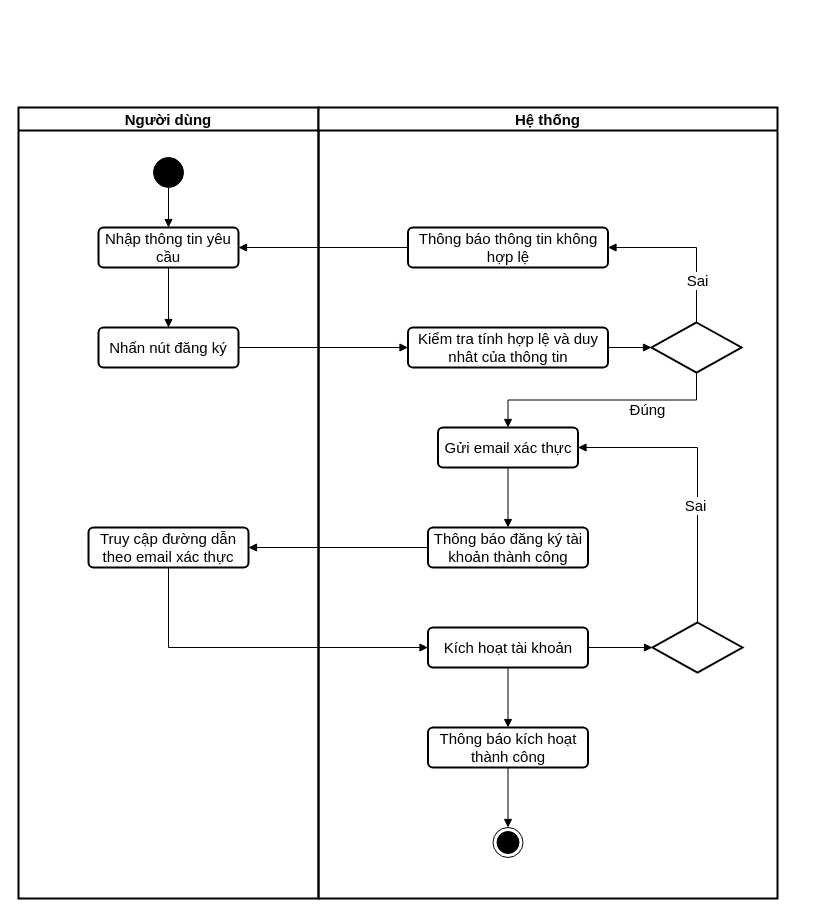
Earlier version of the draw.io diagram page "activity đăng ký tài khoản" (7 of 11) of usecase.drawio (dctuyen/myFinalYearProject). Source tidied: cells renumbered, new cells numbered last; positions are measured from the earlier drawing's top-left corner, leaving out a move shared by most shapes. Both pictures are drawn from the tidied source at 100%, with x=0, y=0 at pixel (18, 107).
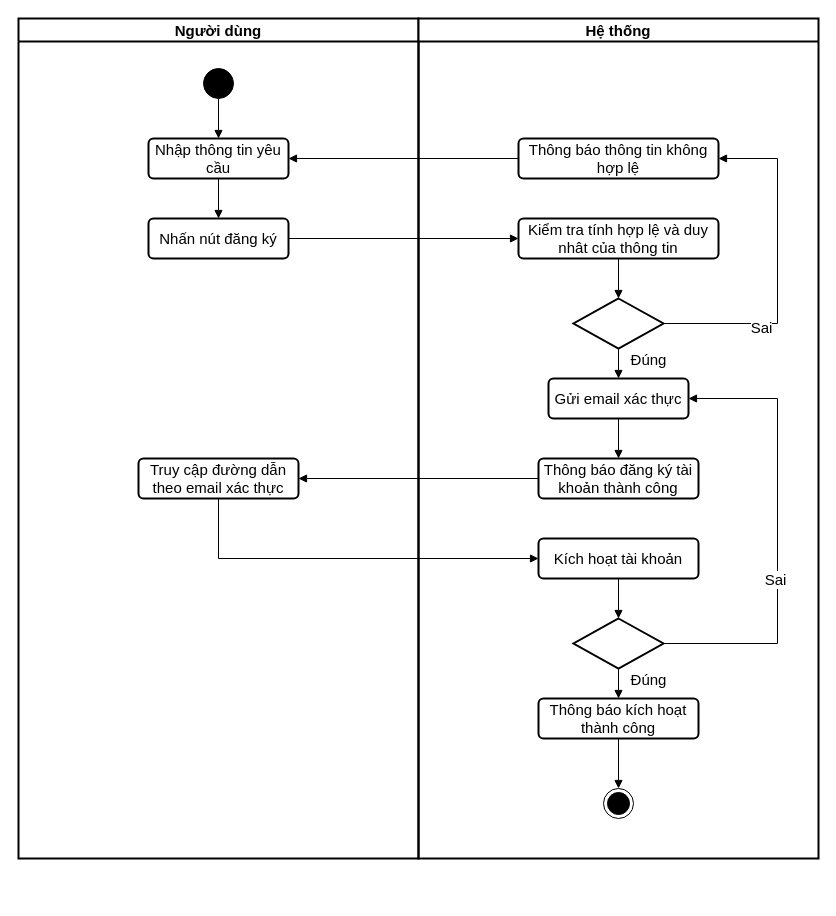
The same page after the edit.

Unchanged cells that the change refers to:
```xml
<mxCell id="15" style="html=1;verticalAlign=bottom;labelBackgroundColor=none;endArrow=block;endFill=1;rounded=0;exitX=0.5;exitY=1;exitDx=0;exitDy=0;entryX=0.5;entryY=0;entryDx=0;entryDy=0;fontSize=15;edgeStyle=orthogonalEdgeStyle;" parent="9" edge="1" source="11" target="14">
  <mxGeometry x="-0.35" relative="1" as="geometry" />
</mxCell>
```

Diff of the diagram source:
```diff
@@
     <mxCell id="2" value="Người dùng" style="swimlane;whiteSpace=wrap;html=1;strokeWidth=2;fontSize=15;" parent="1" vertex="1">
-      <mxGeometry width="300" height="791" as="geometry" />
+      <mxGeometry y="-89" width="400" height="840" as="geometry" />
     </mxCell>
     <mxCell id="3" style="ellipse;fillColor=strokeColor;html=1;fontSize=15;" parent="2" vertex="1">
-      <mxGeometry x="135" y="50" width="30" height="30" as="geometry" />
+      <mxGeometry x="185" y="50" width="30" height="30" as="geometry" />
     </mxCell>
     <mxCell id="4" value="Nhập thông tin yêu cầu" style="html=1;align=center;verticalAlign=middle;rounded=1;absoluteArcSize=1;arcSize=10;dashed=0;whiteSpace=wrap;strokeWidth=2;labelBackgroundColor=none;fontSize=15;" parent="2" vertex="1">
-      <mxGeometry x="80" y="120" width="140" height="40" as="geometry" />
+      <mxGeometry x="130" y="120" width="140" height="40" as="geometry" />
     </mxCell>
@@
     <mxCell id="6" value="Nhấn nút đăng ký" style="html=1;align=center;verticalAlign=middle;rounded=1;absoluteArcSize=1;arcSize=10;dashed=0;whiteSpace=wrap;strokeWidth=2;labelBackgroundColor=none;fontSize=15;" parent="2" vertex="1">
-      <mxGeometry x="80" y="220" width="140" height="40" as="geometry" />
+      <mxGeometry x="130" y="200" width="140" height="40" as="geometry" />
     </mxCell>
@@
     <mxCell id="8" value="Truy cập đường dẫn theo email xác thực" style="html=1;align=center;verticalAlign=middle;rounded=1;absoluteArcSize=1;arcSize=10;dashed=0;whiteSpace=wrap;strokeWidth=2;labelBackgroundColor=none;fontSize=15;" parent="2" vertex="1">
-      <mxGeometry x="70" y="420" width="160" height="40" as="geometry" />
+      <mxGeometry x="120" y="440" width="160" height="40" as="geometry" />
     </mxCell>
     <mxCell id="9" value="Hệ thống" style="swimlane;whiteSpace=wrap;html=1;strokeWidth=2;fontSize=15;" parent="1" vertex="1">
-      <mxGeometry x="300" width="459" height="791" as="geometry" />
+      <mxGeometry x="400" y="-89" width="400" height="840" as="geometry" />
     </mxCell>
     <mxCell id="10" value="Kiểm tra tính hợp lệ và duy nhât của thông tin" style="html=1;align=center;verticalAlign=middle;rounded=1;absoluteArcSize=1;arcSize=10;dashed=0;whiteSpace=wrap;strokeWidth=2;labelBackgroundColor=none;fontSize=15;" parent="9" vertex="1">
-      <mxGeometry x="89.5" y="220" width="200" height="40" as="geometry" />
+      <mxGeometry x="100" y="200" width="200" height="40" as="geometry" />
     </mxCell>
     <mxCell id="11" style="rhombus;strokeWidth=2;fontSize=15;" parent="9" vertex="1">
-      <mxGeometry x="333" y="215" width="90" height="50" as="geometry" />
+      <mxGeometry x="155" y="280" width="90" height="50" as="geometry" />
     </mxCell>
     <mxCell id="12" style="ellipse;html=1;shape=endState;fillColor=strokeColor;fontSize=15;" parent="9" vertex="1">
-      <mxGeometry x="174.5" y="720" width="30" height="30" as="geometry" />
+      <mxGeometry x="185" y="770" width="30" height="30" as="geometry" />
     </mxCell>
-    <mxCell id="13" style="html=1;verticalAlign=bottom;labelBackgroundColor=none;endArrow=block;endFill=1;rounded=0;exitX=1;exitY=0.5;exitDx=0;exitDy=0;entryX=0;entryY=0.5;entryDx=0;entryDy=0;fontSize=15;" parent="9" edge="1" source="10" target="11">
+    <mxCell id="13" style="html=1;verticalAlign=bottom;labelBackgroundColor=none;endArrow=block;endFill=1;rounded=0;exitX=0.5;exitY=1;exitDx=0;exitDy=0;entryX=0.5;entryY=0;entryDx=0;entryDy=0;fontSize=15;" parent="9" edge="1" source="10" target="11">
       <mxGeometry x="-0.35" relative="1" as="geometry" />
     </mxCell>
     <mxCell id="14" value="Gửi email xác thực" style="html=1;align=center;verticalAlign=middle;rounded=1;absoluteArcSize=1;arcSize=10;dashed=0;whiteSpace=wrap;strokeWidth=2;labelBackgroundColor=none;fontSize=15;" parent="9" vertex="1">
-      <mxGeometry x="119.5" y="320" width="140" height="40" as="geometry" />
+      <mxGeometry x="130" y="360" width="140" height="40" as="geometry" />
     </mxCell>
@@
     <mxCell id="16" value="Đúng" style="edgeLabel;html=1;align=center;verticalAlign=middle;fontSize=15;" parent="15" vertex="1">
       <mxGeometry x="-0.37" y="2" relative="1" as="geometry">
-        <mxPoint y="7" as="offset" />
+        <mxPoint x="27" y="1" as="offset" />
       </mxGeometry>
     </mxCell>
     <mxCell id="17" value="Thông báo thông tin không hợp lệ" style="html=1;align=center;verticalAlign=middle;rounded=1;absoluteArcSize=1;arcSize=10;dashed=0;whiteSpace=wrap;strokeWidth=2;labelBackgroundColor=none;fontSize=15;" parent="9" vertex="1">
-      <mxGeometry x="89.5" y="120" width="200" height="40" as="geometry" />
+      <mxGeometry x="100" y="120" width="200" height="40" as="geometry" />
     </mxCell>
-    <mxCell id="18" style="html=1;verticalAlign=bottom;labelBackgroundColor=none;endArrow=block;endFill=1;rounded=0;exitX=0.5;exitY=0;exitDx=0;exitDy=0;entryX=1;entryY=0.5;entryDx=0;entryDy=0;fontSize=15;edgeStyle=orthogonalEdgeStyle;" parent="9" edge="1" source="11" target="17">
-      <mxGeometry relative="1" as="geometry" />
+    <mxCell id="18" style="html=1;verticalAlign=bottom;labelBackgroundColor=none;endArrow=block;endFill=1;rounded=0;exitX=1;exitY=0.5;exitDx=0;exitDy=0;entryX=1;entryY=0.5;entryDx=0;entryDy=0;fontSize=15;edgeStyle=orthogonalEdgeStyle;" parent="9" edge="1" source="11" target="17">
+      <mxGeometry relative="1" as="geometry">
+        <Array as="points">
+          <mxPoint x="359" y="305" />
+          <mxPoint x="359" y="140" />
+        </Array>
+      </mxGeometry>
     </mxCell>
@@
     <mxCell id="21" value="Thông báo đăng ký tài khoản thành công" style="html=1;align=center;verticalAlign=middle;rounded=1;absoluteArcSize=1;arcSize=10;dashed=0;whiteSpace=wrap;strokeWidth=2;labelBackgroundColor=none;fontSize=15;" parent="9" vertex="1">
-      <mxGeometry x="109.5" y="420" width="160" height="40" as="geometry" />
+      <mxGeometry x="120" y="440" width="160" height="40" as="geometry" />
     </mxCell>
@@
     <mxCell id="24" value="Kích hoạt tài khoản" style="html=1;align=center;verticalAlign=middle;rounded=1;absoluteArcSize=1;arcSize=10;dashed=0;whiteSpace=wrap;strokeWidth=2;labelBackgroundColor=none;fontSize=15;" parent="9" vertex="1">
-      <mxGeometry x="109.5" y="520" width="160" height="40" as="geometry" />
+      <mxGeometry x="120" y="520" width="160" height="40" as="geometry" />
     </mxCell>
     <mxCell id="25" style="rhombus;strokeWidth=2;fontSize=15;" parent="9" vertex="1">
-      <mxGeometry x="334" y="515" width="90" height="50" as="geometry" />
+      <mxGeometry x="155" y="600" width="90" height="50" as="geometry" />
     </mxCell>
-    <mxCell id="26" style="html=1;verticalAlign=bottom;labelBackgroundColor=none;endArrow=block;endFill=1;rounded=0;exitX=1;exitY=0.5;exitDx=0;exitDy=0;entryX=0;entryY=0.5;entryDx=0;entryDy=0;edgeStyle=orthogonalEdgeStyle;fontSize=15;" parent="9" edge="1" source="24" target="25">
+    <mxCell id="26" style="html=1;verticalAlign=bottom;labelBackgroundColor=none;endArrow=block;endFill=1;rounded=0;exitX=0.5;exitY=1;exitDx=0;exitDy=0;entryX=0.5;entryY=0;entryDx=0;entryDy=0;edgeStyle=orthogonalEdgeStyle;fontSize=15;" parent="9" edge="1" source="24" target="25">
       <mxGeometry relative="1" as="geometry" />
     </mxCell>
-    <mxCell id="27" style="html=1;verticalAlign=bottom;labelBackgroundColor=none;endArrow=block;endFill=1;rounded=0;exitX=0.5;exitY=0;exitDx=0;exitDy=0;entryX=1;entryY=0.5;entryDx=0;entryDy=0;edgeStyle=orthogonalEdgeStyle;fontSize=15;" parent="9" edge="1" source="25" target="14">
-      <mxGeometry relative="1" as="geometry" />
+    <mxCell id="27" style="html=1;verticalAlign=bottom;labelBackgroundColor=none;endArrow=block;endFill=1;rounded=0;exitX=1;exitY=0.5;exitDx=0;exitDy=0;entryX=1;entryY=0.5;entryDx=0;entryDy=0;fontSize=15;edgeStyle=orthogonalEdgeStyle;" parent="9" edge="1" source="25" target="14">
+      <mxGeometry relative="1" as="geometry">
+        <Array as="points">
+          <mxPoint x="359" y="625" />
+          <mxPoint x="359" y="380" />
+        </Array>
+      </mxGeometry>
     </mxCell>
@@
     <mxCell id="29" value="Thông báo kích hoạt thành công" style="html=1;align=center;verticalAlign=middle;rounded=1;absoluteArcSize=1;arcSize=10;dashed=0;whiteSpace=wrap;strokeWidth=2;labelBackgroundColor=none;fontSize=15;" parent="9" vertex="1">
-      <mxGeometry x="109.5" y="620" width="160" height="40" as="geometry" />
+      <mxGeometry x="120" y="680" width="160" height="40" as="geometry" />
     </mxCell>
-    <mxCell id="30" style="html=1;verticalAlign=bottom;labelBackgroundColor=none;endArrow=block;endFill=1;rounded=0;exitX=0.5;exitY=1;exitDx=0;exitDy=0;entryX=0.5;entryY=0;entryDx=0;entryDy=0;edgeStyle=orthogonalEdgeStyle;fontSize=15;" parent="9" edge="1" source="24" target="29">
-      <mxGeometry relative="1" as="geometry" />
-    </mxCell>
@@
+    <mxCell id="36" style="html=1;verticalAlign=bottom;labelBackgroundColor=none;endArrow=block;endFill=1;rounded=0;exitX=0.5;exitY=1;exitDx=0;exitDy=0;fontSize=15;edgeStyle=orthogonalEdgeStyle;entryX=0.5;entryY=0;entryDx=0;entryDy=0;" parent="9" edge="1" source="25" target="29">
+      <mxGeometry x="-0.35" relative="1" as="geometry" />
+    </mxCell>
+    <mxCell id="37" value="Đúng" style="edgeLabel;html=1;align=center;verticalAlign=middle;fontSize=15;" parent="36" vertex="1">
+      <mxGeometry x="-0.37" y="2" relative="1" as="geometry">
+        <mxPoint x="27" y="1" as="offset" />
+      </mxGeometry>
+    </mxCell>
```
